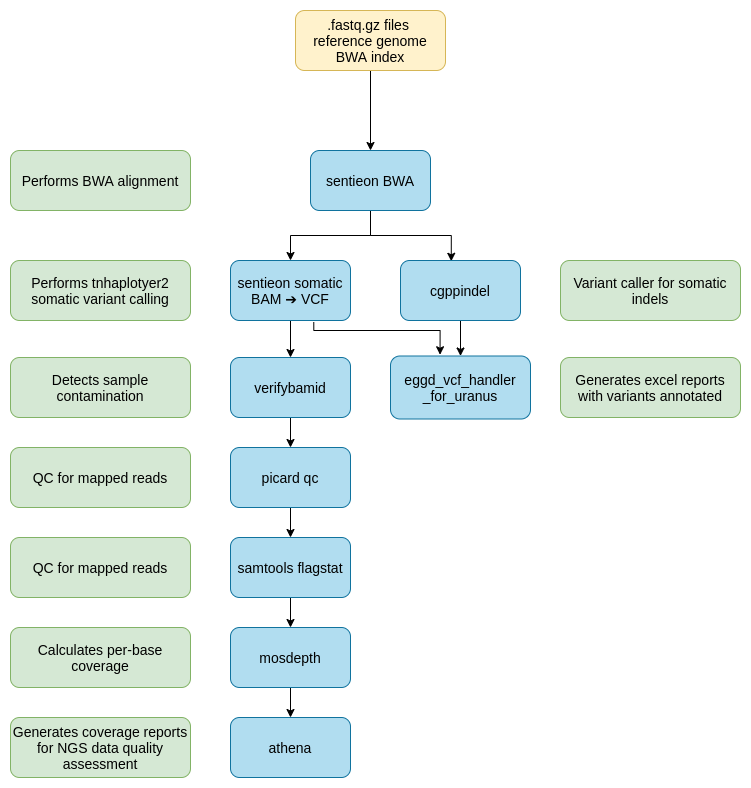
Earlier version of the draw.io export images/workflow.png (eastgenomics/eggd_uranus_main_workflow). Source tidied: cells renumbered, new cells last; positions are measured from the earlier drawing's top-left corner, leaving out a move shared by most shapes. Source of this version:
```xml
<mxGraphModel>
  <root>
    <mxCell id="0" />
    <mxCell id="1" parent="0" />
    <mxCell id="2" style="edgeStyle=orthogonalEdgeStyle;rounded=0;jettySize=auto;html=1;fontSize=14;" parent="1" edge="1" source="4" target="11">
      <mxGeometry relative="1" as="geometry" />
    </mxCell>
    <mxCell id="3" style="edgeStyle=orthogonalEdgeStyle;rounded=0;jettySize=auto;html=1;entryX=0.423;entryY=0.013;entryDx=0;entryDy=0;entryPerimeter=0;" parent="1" edge="1" source="4" target="28">
      <mxGeometry relative="1" as="geometry" />
    </mxCell>
    <mxCell id="4" value="&lt;font color=&quot;#000000&quot; style=&quot;font-size: 14px;&quot;&gt;sentieon BWA&lt;/font&gt;" style="rounded=1;whiteSpace=wrap;html=1;fillColor=#b1ddf0;strokeColor=#10739e;fontSize=14;" parent="1" vertex="1">
      <mxGeometry x="300" y="140" width="120" height="60" as="geometry" />
    </mxCell>
    <mxCell id="5" style="edgeStyle=orthogonalEdgeStyle;rounded=0;jettySize=auto;html=1;fontSize=14;" parent="1" edge="1" source="6" target="15">
      <mxGeometry relative="1" as="geometry" />
    </mxCell>
    <mxCell id="6" value="&lt;font color=&quot;#000000&quot; style=&quot;font-size: 14px;&quot;&gt;picard qc&lt;/font&gt;" style="rounded=1;whiteSpace=wrap;html=1;fillColor=#b1ddf0;strokeColor=#10739e;fontSize=14;" parent="1" vertex="1">
      <mxGeometry x="220" y="437" width="120" height="60" as="geometry" />
    </mxCell>
    <mxCell id="7" style="edgeStyle=orthogonalEdgeStyle;rounded=0;jettySize=auto;html=1;fontSize=14;" parent="1" edge="1" source="8" target="6">
      <mxGeometry relative="1" as="geometry" />
    </mxCell>
    <mxCell id="8" value="&lt;font color=&quot;#000000&quot; style=&quot;font-size: 14px;&quot;&gt;verifybamid&lt;/font&gt;" style="rounded=1;whiteSpace=wrap;html=1;fillColor=#b1ddf0;strokeColor=#10739e;fontSize=14;" parent="1" vertex="1">
      <mxGeometry x="220" y="347" width="120" height="60" as="geometry" />
    </mxCell>
    <mxCell id="9" style="edgeStyle=orthogonalEdgeStyle;rounded=0;jettySize=auto;html=1;" parent="1" edge="1" source="11" target="8">
      <mxGeometry relative="1" as="geometry" />
    </mxCell>
    <mxCell id="10" style="edgeStyle=orthogonalEdgeStyle;rounded=0;jettySize=auto;html=1;entryX=0.354;entryY=-0.02;entryDx=0;entryDy=0;entryPerimeter=0;exitX=0.694;exitY=1.029;exitDx=0;exitDy=0;exitPerimeter=0;" parent="1" edge="1" source="11" target="29">
      <mxGeometry relative="1" as="geometry">
        <Array as="points">
          <mxPoint x="303" y="320" />
          <mxPoint x="430" y="320" />
        </Array>
      </mxGeometry>
    </mxCell>
    <mxCell id="11" value="&lt;font color=&quot;#000000&quot;&gt;sentieon somatic BAM ➔&amp;nbsp;VCF&lt;/font&gt;" style="rounded=1;whiteSpace=wrap;html=1;fillColor=#b1ddf0;strokeColor=#10739e;fontSize=14;" parent="1" vertex="1">
      <mxGeometry x="220" y="250" width="120" height="60" as="geometry" />
    </mxCell>
    <mxCell id="12" style="edgeStyle=orthogonalEdgeStyle;rounded=0;jettySize=auto;html=1;fontSize=14;" parent="1" edge="1" source="13" target="16">
      <mxGeometry relative="1" as="geometry" />
    </mxCell>
    <mxCell id="13" value="&lt;font color=&quot;#000000&quot;&gt;mosdepth&lt;/font&gt;" style="rounded=1;whiteSpace=wrap;html=1;fillColor=#b1ddf0;strokeColor=#10739e;fontSize=14;" parent="1" vertex="1">
      <mxGeometry x="220" y="617" width="120" height="60" as="geometry" />
    </mxCell>
    <mxCell id="14" style="edgeStyle=orthogonalEdgeStyle;rounded=0;jettySize=auto;html=1;fontSize=14;" parent="1" edge="1" source="15" target="13">
      <mxGeometry relative="1" as="geometry" />
    </mxCell>
    <mxCell id="15" value="&lt;font color=&quot;#000000&quot; style=&quot;font-size: 14px;&quot;&gt;samtools flagstat&lt;/font&gt;" style="rounded=1;whiteSpace=wrap;html=1;fillColor=#b1ddf0;strokeColor=#10739e;fontSize=14;" parent="1" vertex="1">
      <mxGeometry x="220" y="527" width="120" height="60" as="geometry" />
    </mxCell>
    <mxCell id="16" value="&lt;font color=&quot;#000000&quot; style=&quot;font-size: 14px;&quot;&gt;athena&lt;/font&gt;" style="rounded=1;whiteSpace=wrap;html=1;fillColor=#b1ddf0;strokeColor=#10739e;fontSize=14;" parent="1" vertex="1">
      <mxGeometry x="220" y="707" width="120" height="60" as="geometry" />
    </mxCell>
    <mxCell id="17" value="&lt;font color=&quot;#000000&quot; style=&quot;font-size: 14px&quot;&gt;Performs BWA alignment&lt;/font&gt;&lt;span style=&quot;color: rgba(0 , 0 , 0 , 0) ; font-family: monospace ; font-size: 0px&quot;&gt;%3CmxGraphModel%3E%3Croot%3E%3CmxCell%20id%3D%220%22%2F%3E%3CmxCell%20id%3D%221%22%20parent%3D%220%22%2F%3E%3CmxCell%20id%3D%222%22%20value%3D%22%26lt%3Bfont%20color%3D%26quot%3B%23000000%26quot%3B%20style%3D%26quot%3Bfont-size%3A%2014px%26quot%3B%26gt%3BQC%20for%20NGS%20reads%26lt%3B%2Ffont%26gt%3B%22%20style%3D%22rounded%3D1%3BwhiteSpace%3Dwrap%3Bhtml%3D1%3BfillColor%3D%23d5e8d4%3BstrokeColor%3D%2382b366%3BfontSize%3D14%3B%22%20vertex%3D%221%22%20parent%3D%221%22%3E%3CmxGeometry%20x%3D%22490%22%20y%3D%2240%22%20width%3D%22180%22%20height%3D%2260%22%20as%3D%22geometry%22%2F%3E%3C%2FmxCell%3E%3C%2Froot%3E%3C%2FmxGraphModel%3E&lt;/span&gt;" style="rounded=1;whiteSpace=wrap;html=1;fillColor=#d5e8d4;strokeColor=#82b366;fontSize=14;" parent="1" vertex="1">
      <mxGeometry y="140" width="180" height="60" as="geometry" />
    </mxCell>
    <mxCell id="18" value="&lt;font color=&quot;#000000&quot; style=&quot;font-size: 14px&quot;&gt;Performs tnhaplotyer2 somatic variant calling&lt;/font&gt;" style="rounded=1;whiteSpace=wrap;html=1;fillColor=#d5e8d4;strokeColor=#82b366;fontSize=14;" parent="1" vertex="1">
      <mxGeometry y="250" width="180" height="60" as="geometry" />
    </mxCell>
    <mxCell id="19" value="&lt;font color=&quot;#000000&quot; style=&quot;font-size: 14px&quot;&gt;Variant caller for somatic indels&lt;/font&gt;" style="rounded=1;whiteSpace=wrap;html=1;fillColor=#d5e8d4;strokeColor=#82b366;fontSize=14;" parent="1" vertex="1">
      <mxGeometry x="550" y="250" width="180" height="60" as="geometry" />
    </mxCell>
    <mxCell id="20" value="&lt;font color=&quot;#000000&quot; style=&quot;font-size: 14px&quot;&gt;Detects sample contamination&lt;/font&gt;" style="rounded=1;whiteSpace=wrap;html=1;fillColor=#d5e8d4;strokeColor=#82b366;fontSize=14;" parent="1" vertex="1">
      <mxGeometry y="347" width="180" height="60" as="geometry" />
    </mxCell>
    <mxCell id="21" value="&lt;font color=&quot;#000000&quot; style=&quot;font-size: 14px&quot;&gt;QC for mapped reads&lt;/font&gt;" style="rounded=1;whiteSpace=wrap;html=1;fillColor=#d5e8d4;strokeColor=#82b366;fontSize=14;" parent="1" vertex="1">
      <mxGeometry y="437" width="180" height="60" as="geometry" />
    </mxCell>
    <mxCell id="22" value="&lt;font color=&quot;#000000&quot; style=&quot;font-size: 14px&quot;&gt;QC for mapped reads&lt;/font&gt;" style="rounded=1;whiteSpace=wrap;html=1;fillColor=#d5e8d4;strokeColor=#82b366;fontSize=14;" parent="1" vertex="1">
      <mxGeometry y="527" width="180" height="60" as="geometry" />
    </mxCell>
    <mxCell id="23" value="&lt;font color=&quot;#000000&quot; style=&quot;font-size: 14px&quot;&gt;Calculates per-base coverage&lt;/font&gt;" style="rounded=1;whiteSpace=wrap;html=1;fillColor=#d5e8d4;strokeColor=#82b366;fontSize=14;" parent="1" vertex="1">
      <mxGeometry y="617" width="180" height="60" as="geometry" />
    </mxCell>
    <mxCell id="24" value="&lt;font color=&quot;#000000&quot; style=&quot;font-size: 14px&quot;&gt;Generates coverage reports for NGS data quality assessment&lt;/font&gt;" style="rounded=1;whiteSpace=wrap;html=1;fillColor=#d5e8d4;strokeColor=#82b366;fontSize=14;" parent="1" vertex="1">
      <mxGeometry y="707" width="180" height="60" as="geometry" />
    </mxCell>
    <mxCell id="25" style="edgeStyle=orthogonalEdgeStyle;rounded=0;jettySize=auto;html=1;fontSize=14;" parent="1" edge="1" source="26" target="4">
      <mxGeometry relative="1" as="geometry" />
    </mxCell>
    <mxCell id="26" value="&lt;font color=&quot;#000000&quot; style=&quot;font-size: 14px&quot;&gt;.fastq.gz files&amp;nbsp; &amp;nbsp;reference genome &lt;br&gt;BWA index&lt;/font&gt;&lt;span style=&quot;color: rgba(0 , 0 , 0 , 0) ; font-family: monospace ; font-size: 0px&quot;&gt;d%3CmxGraphModel%3E%3Croot%3E%3CmxCell%20id%3D%220%22%2F%3E%3CmxCell%20id%3D%221%22%20parent%3D%220%22%2F%3E%3CmxCell%20id%3D%222%22%20value%3D%22%26lt%3Bfont%20color%3D%26quot%3B%23000000%26quot%3B%20style%3D%26quot%3Bfont-size%3A%2014px%3B%26quot%3B%26gt%3Bmulti_fastqc%26lt%3B%2Ffont%26gt%3B%22%20style%3D%22rounded%3D1%3BwhiteSpace%3Dwrap%3Bhtml%3D1%3BfillColor%3D%23b1ddf0%3BstrokeColor%3D%2310739e%3BfontSize%3D14%3B%22%20vertex%3D%221%22%20parent%3D%221%22%3E%3CmxGeometry%20x%3D%22320%22%20y%3D%2240%22%20width%3D%22120%22%20height%3D%2260%22%20as%3D%22geometry%22%2F%3E%3C%2FmxCell%3E%3C%2Froot%3E%3C%2FmxGraphModel%3E&lt;/span&gt;" style="rounded=1;whiteSpace=wrap;html=1;fillColor=#fff2cc;strokeColor=#d6b656;fontSize=14;" parent="1" vertex="1">
      <mxGeometry x="285" width="150" height="60" as="geometry" />
    </mxCell>
    <mxCell id="27" style="edgeStyle=orthogonalEdgeStyle;rounded=0;jettySize=auto;html=1;entryX=0.5;entryY=0;entryDx=0;entryDy=0;" parent="1" edge="1" source="28" target="29">
      <mxGeometry relative="1" as="geometry" />
    </mxCell>
    <mxCell id="28" value="&lt;font color=&quot;#000000&quot; style=&quot;font-size: 14px&quot;&gt;cgppindel&lt;/font&gt;" style="rounded=1;whiteSpace=wrap;html=1;fillColor=#b1ddf0;strokeColor=#10739e;fontSize=14;" parent="1" vertex="1">
      <mxGeometry x="390" y="250" width="120" height="60" as="geometry" />
    </mxCell>
    <mxCell id="29" value="eggd_vcf_handler&lt;br&gt;_for_uranus" style="rounded=1;whiteSpace=wrap;html=1;fillColor=#b1ddf0;strokeColor=#10739e;fontSize=14;" parent="1" vertex="1">
      <mxGeometry x="380" y="345.5" width="140" height="63" as="geometry" />
    </mxCell>
    <mxCell id="30" value="Generates excel reports with variants annotated" style="rounded=1;whiteSpace=wrap;html=1;fillColor=#d5e8d4;strokeColor=#82b366;fontSize=14;" parent="1" vertex="1">
      <mxGeometry x="550" y="347" width="180" height="60" as="geometry" />
    </mxCell>
  </root>
</mxGraphModel>
```
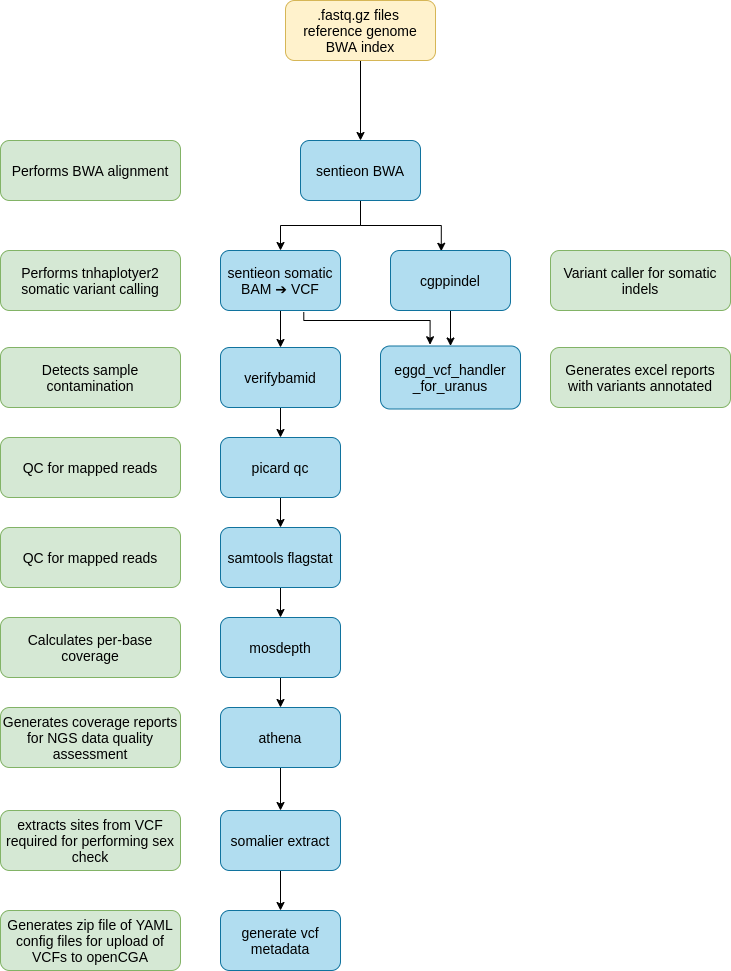
The same diagram one commit later.

Commit message:
update readme and workflow diagram

Diff of the diagram source:
```diff
@@ -49,6 +49,9 @@
     <mxCell id="15" value="&lt;font color=&quot;#000000&quot; style=&quot;font-size: 14px;&quot;&gt;samtools flagstat&lt;/font&gt;" style="rounded=1;whiteSpace=wrap;html=1;fillColor=#b1ddf0;strokeColor=#10739e;fontSize=14;" parent="1" vertex="1">
       <mxGeometry x="220" y="527" width="120" height="60" as="geometry" />
     </mxCell>
+    <mxCell id="31" style="edgeStyle=none;html=1;" parent="1" edge="1" source="16" target="35">
+      <mxGeometry relative="1" as="geometry" />
+    </mxCell>
     <mxCell id="16" value="&lt;font color=&quot;#000000&quot; style=&quot;font-size: 14px;&quot;&gt;athena&lt;/font&gt;" style="rounded=1;whiteSpace=wrap;html=1;fillColor=#b1ddf0;strokeColor=#10739e;fontSize=14;" parent="1" vertex="1">
       <mxGeometry x="220" y="707" width="120" height="60" as="geometry" />
     </mxCell>
@@ -94,5 +97,20 @@
     <mxCell id="30" value="Generates excel reports with variants annotated" style="rounded=1;whiteSpace=wrap;html=1;fillColor=#d5e8d4;strokeColor=#82b366;fontSize=14;" parent="1" vertex="1">
       <mxGeometry x="550" y="347" width="180" height="60" as="geometry" />
     </mxCell>
+    <mxCell id="32" value="&lt;font color=&quot;#000000&quot; style=&quot;font-size: 14px&quot;&gt;generate vcf metadata&lt;/font&gt;" style="rounded=1;whiteSpace=wrap;html=1;fillColor=#b1ddf0;strokeColor=#10739e;fontSize=14;" parent="1" vertex="1">
+      <mxGeometry x="220" y="910" width="120" height="60" as="geometry" />
+    </mxCell>
+    <mxCell id="33" value="&lt;font color=&quot;#000000&quot; style=&quot;font-size: 14px&quot;&gt;Generates zip file of YAML config files for upload of VCFs to openCGA&lt;/font&gt;" style="rounded=1;whiteSpace=wrap;html=1;fillColor=#d5e8d4;strokeColor=#82b366;fontSize=14;" parent="1" vertex="1">
+      <mxGeometry y="910" width="180" height="60" as="geometry" />
+    </mxCell>
+    <mxCell id="34" style="edgeStyle=none;html=1;" parent="1" edge="1" source="35" target="32">
+      <mxGeometry relative="1" as="geometry" />
+    </mxCell>
+    <mxCell id="35" value="&lt;font color=&quot;#000000&quot; style=&quot;font-size: 14px&quot;&gt;somalier extract&lt;/font&gt;" style="rounded=1;whiteSpace=wrap;html=1;fillColor=#b1ddf0;strokeColor=#10739e;fontSize=14;" parent="1" vertex="1">
+      <mxGeometry x="220" y="810" width="120" height="60" as="geometry" />
+    </mxCell>
+    <mxCell id="36" value="&lt;font color=&quot;#000000&quot; style=&quot;font-size: 14px&quot;&gt;extracts sites from VCF required for performing sex check&lt;/font&gt;" style="rounded=1;whiteSpace=wrap;html=1;fillColor=#d5e8d4;strokeColor=#82b366;fontSize=14;" parent="1" vertex="1">
+      <mxGeometry y="810" width="180" height="60" as="geometry" />
+    </mxCell>
   </root>
 </mxGraphModel>
```
